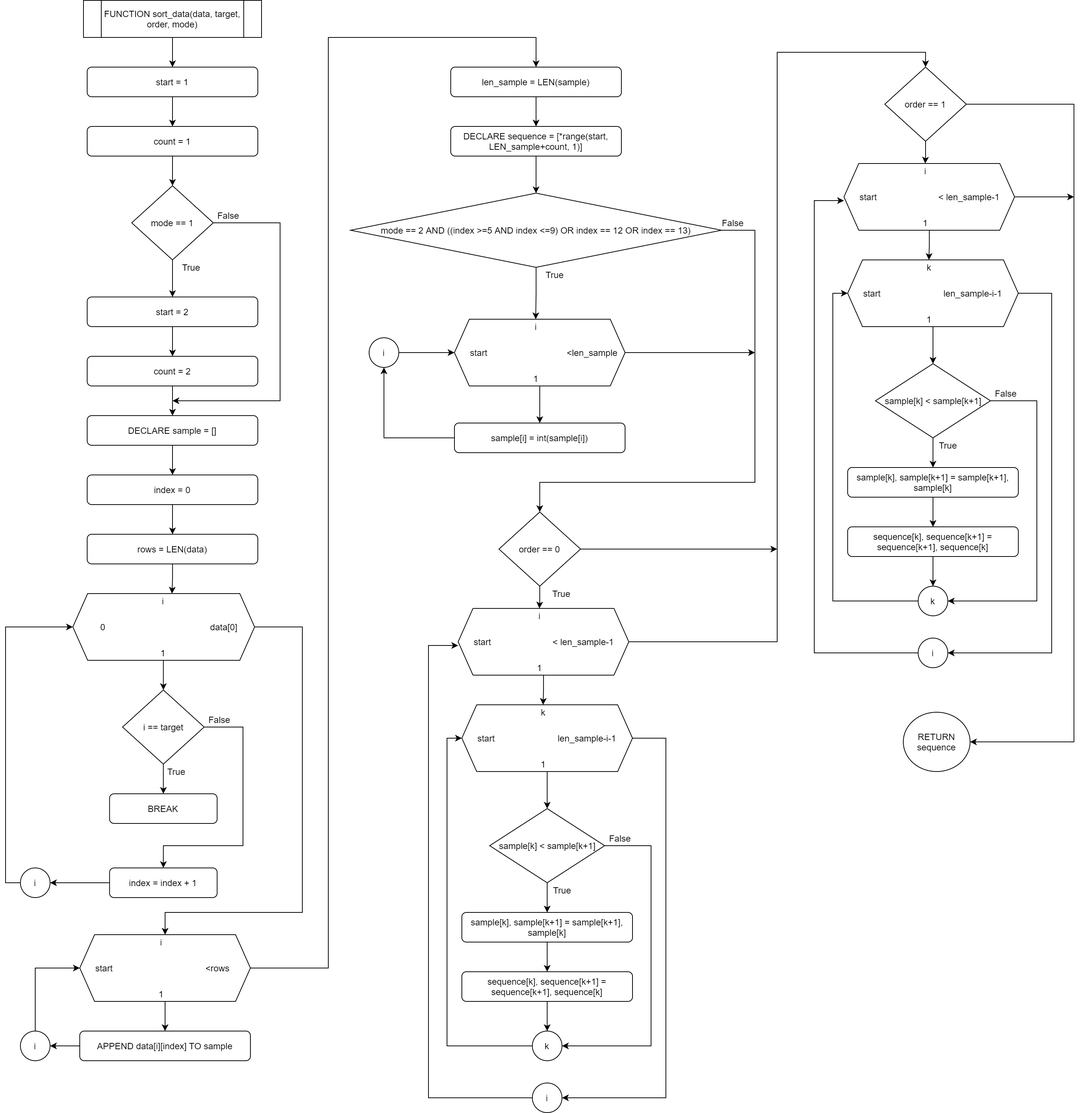
Earlier version of the draw.io export Flowchart/default/sort_data.png (RabbitBear00/Car-Rental-System). Source tidied: cells renumbered, new cells last; positions are measured from the earlier drawing's top-left corner, leaving out a move shared by most shapes.
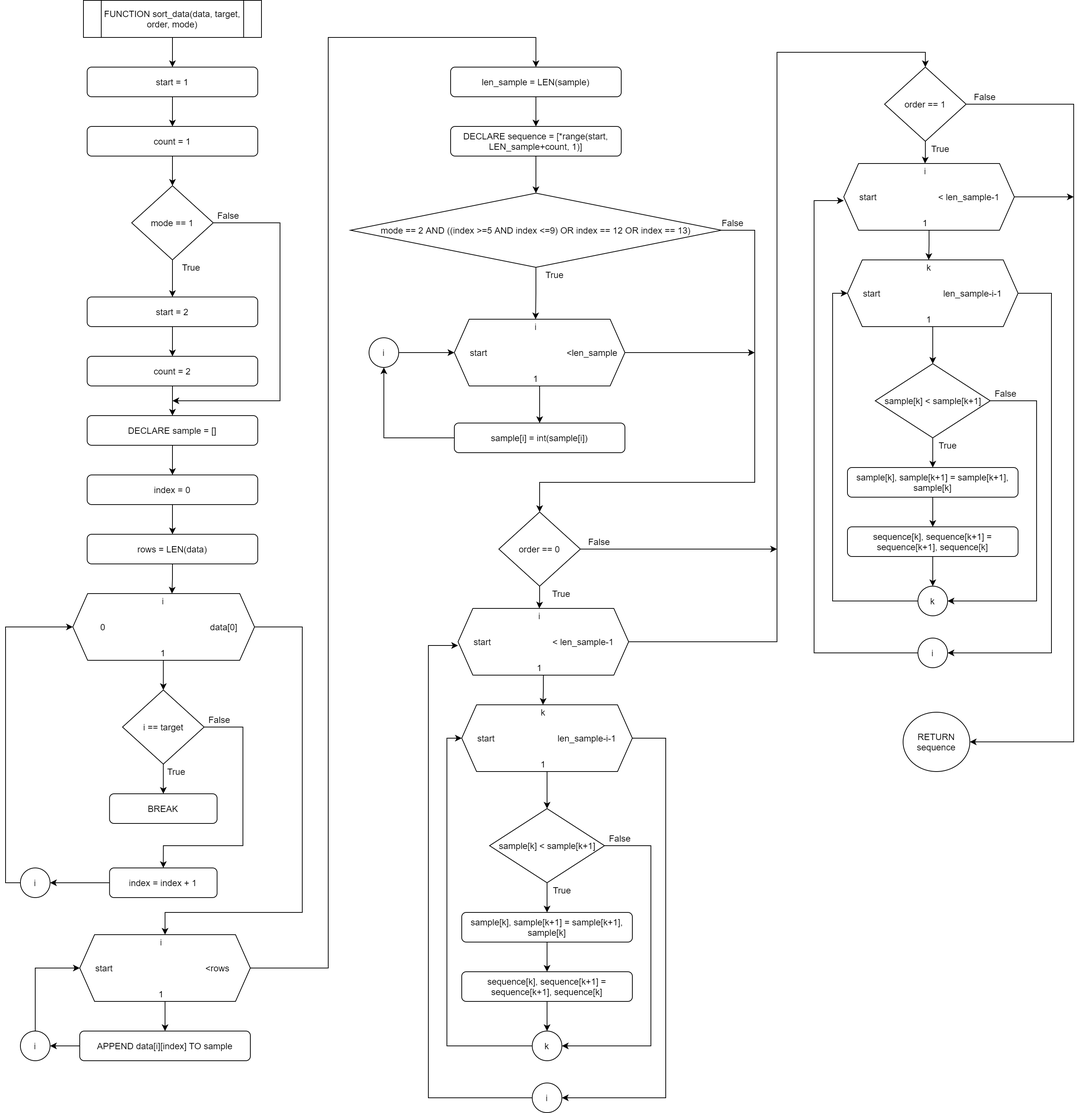
After the commit.

Diff of the diagram source:
```diff
@@ -512,5 +512,14 @@
         <mxPoint x="1440" y="265" as="targetPoint" />
       </mxGeometry>
     </mxCell>
+    <mxCell id="140" value="False" style="text;html=1;align=center;verticalAlign=middle;strokeColor=none;" parent="1" vertex="1">
+      <mxGeometry x="780" y="720" width="40" height="20" as="geometry" />
+    </mxCell>
+    <mxCell id="141" value="True" style="text;html=1;align=center;verticalAlign=middle;strokeColor=none;" parent="1" vertex="1">
+      <mxGeometry x="1240" y="190" width="40" height="20" as="geometry" />
+    </mxCell>
+    <mxCell id="142" value="False" style="text;html=1;align=center;verticalAlign=middle;strokeColor=none;" parent="1" vertex="1">
+      <mxGeometry x="1300" y="120" width="40" height="20" as="geometry" />
+    </mxCell>
   </root>
 </mxGraphModel>
```
